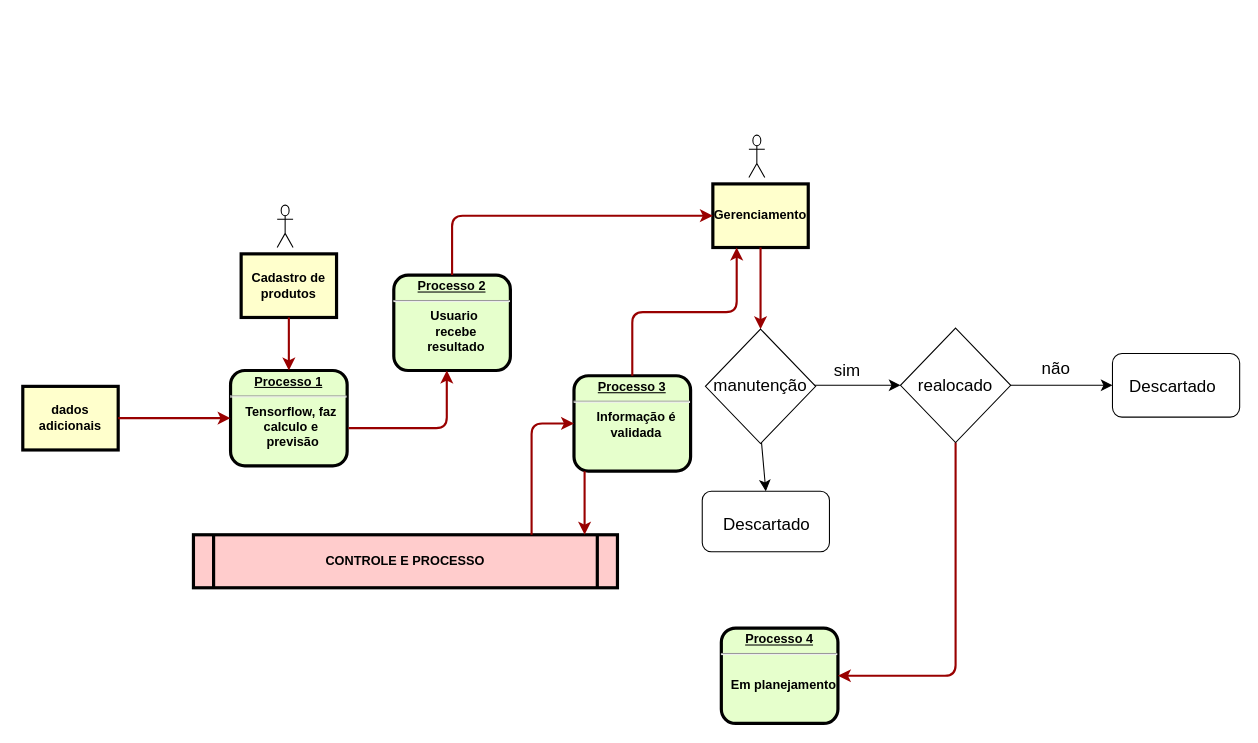
Above: resources/engenharia_software.drawio in VitorCostaTI/LingoBack (draw.io), before the change. Source tidied: cells renumbered, new cells numbered last; positions are measured from the earlier drawing's top-left corner, leaving out a move shared by most shapes. Both pictures are drawn from the tidied source at 106%, with x=0, y=0 at pixel (22, 135).
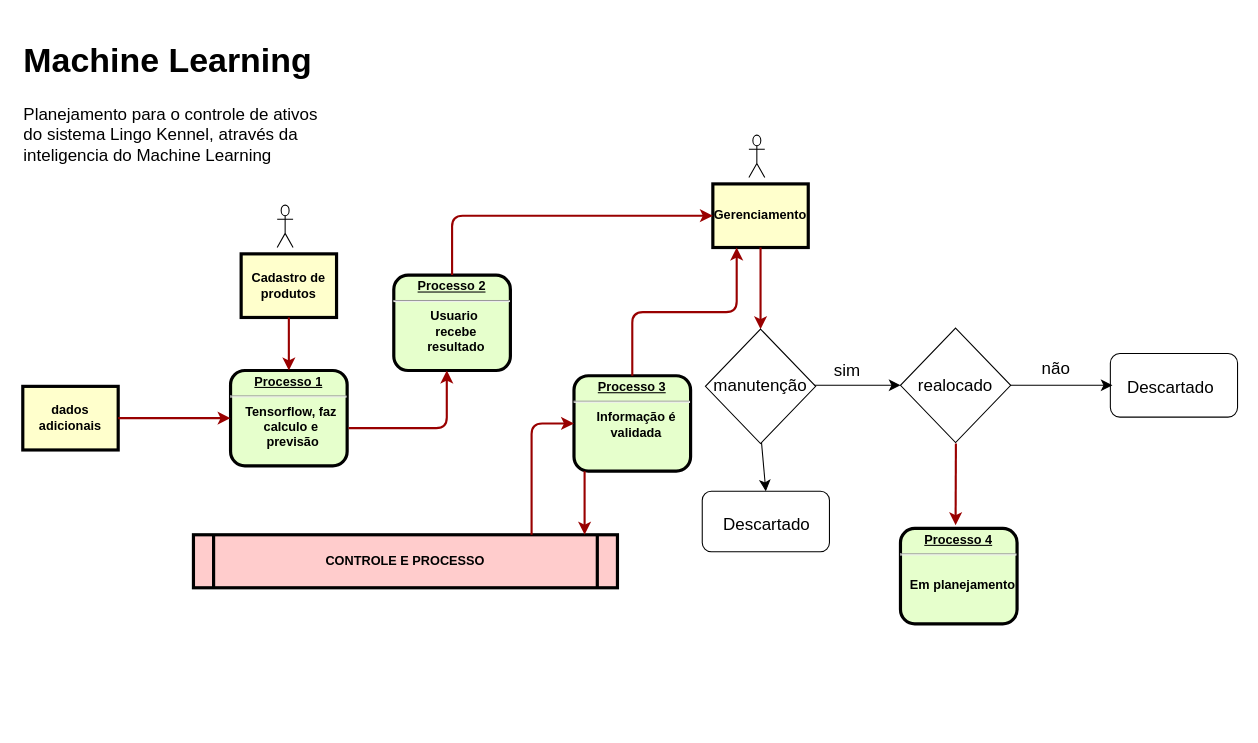
The same diagram, later.

The change refers to these unchanged cells:
```xml
<mxCell id="22" style="rhombus;whiteSpace=wrap;html=1;fontSize=16;" parent="1" vertex="1">
  <mxGeometry x="828" y="182" width="104" height="108" as="geometry" />
</mxCell>
```

The edit, as a diff of the source:
```diff
@@
     <mxCell id="7" value="&lt;p style=&quot;margin: 0px; margin-top: 4px; text-align: center; text-decoration: underline;&quot;&gt;&lt;strong&gt;&lt;strong&gt;Processo 4&lt;/strong&gt;&lt;br&gt;&lt;/strong&gt;&lt;/p&gt;&lt;hr&gt;&lt;p style=&quot;margin: 0px; margin-left: 8px;&quot;&gt;&lt;br&gt;&lt;/p&gt;&lt;p style=&quot;margin: 0px; margin-left: 8px;&quot;&gt;Em planejamento&lt;/p&gt;" style="verticalAlign=middle;align=center;overflow=fill;fontSize=12;fontFamily=Helvetica;html=1;rounded=1;fontStyle=1;strokeWidth=3;fillColor=#E6FFCC;" parent="1" vertex="1">
-      <mxGeometry x="659" y="465" width="110" height="90" as="geometry" />
+      <mxGeometry x="828" y="371" width="110" height="90" as="geometry" />
     </mxCell>
@@
-    <mxCell id="15" style="edgeStyle=elbowEdgeStyle;elbow=horizontal;strokeColor=#990000;strokeWidth=2;entryX=1;entryY=0.5;entryDx=0;entryDy=0;exitX=0.5;exitY=1;exitDx=0;exitDy=0;" parent="1" edge="1" source="22" target="7">
-      <mxGeometry relative="1" as="geometry">
-        <Array as="points">
-          <mxPoint x="880" y="376" />
-        </Array>
-      </mxGeometry>
-    </mxCell>
@@
     <mxCell id="28" style="rounded=1;whiteSpace=wrap;html=1;fontSize=16;" parent="1" vertex="1">
-      <mxGeometry x="1028" y="206" width="120" height="60" as="geometry" />
+      <mxGeometry x="1026" y="206" width="120" height="60" as="geometry" />
     </mxCell>
     <mxCell id="29" value="Descartado" style="text;html=1;strokeColor=none;fillColor=none;align=center;verticalAlign=middle;whiteSpace=wrap;rounded=0;fontSize=16;" parent="1" vertex="1">
-      <mxGeometry x="1055" y="222" width="60" height="30" as="geometry" />
+      <mxGeometry x="1053" y="223" width="60" height="30" as="geometry" />
     </mxCell>
-    <mxCell id="30" style="endArrow=classic;html=1;rounded=0;fontSize=12;startSize=8;endSize=8;curved=1;exitX=1;exitY=0.5;exitDx=0;exitDy=0;entryX=0;entryY=0.5;entryDx=0;entryDy=0;" parent="1" edge="1" source="22" target="28">
-      <mxGeometry relative="1" as="geometry" />
+    <mxCell id="30" style="endArrow=classic;html=1;rounded=0;fontSize=12;startSize=8;endSize=8;curved=1;exitX=1;exitY=0.5;exitDx=0;exitDy=0;entryX=0;entryY=0.5;entryDx=0;entryDy=0;" parent="1" edge="1" source="22">
+      <mxGeometry relative="1" as="geometry">
+        <mxPoint x="1028" y="236" as="targetPoint" />
+      </mxGeometry>
     </mxCell>
@@
+    <mxCell id="34" value="&lt;h1&gt;Machine Learning&lt;/h1&gt;&lt;p&gt;Planejamento para o controle de ativos do sistema Lingo Kennel, através da inteligencia do Machine Learning&lt;/p&gt;" style="text;html=1;strokeColor=none;fillColor=none;spacing=5;spacingTop=-20;whiteSpace=wrap;overflow=hidden;rounded=0;fontSize=16;" parent="1" vertex="1">
+      <mxGeometry x="-4" y="-100" width="290" height="200" as="geometry" />
+    </mxCell>
+    <mxCell id="35" style="edgeStyle=elbowEdgeStyle;elbow=horizontal;strokeColor=#990000;strokeWidth=2;entryX=0.5;entryY=0;entryDx=0;entryDy=0;exitX=0.5;exitY=1;exitDx=0;exitDy=0;" parent="1" edge="1">
+      <mxGeometry relative="1" as="geometry">
+        <mxPoint x="880.3" y="291" as="sourcePoint" />
+        <mxPoint x="880.3" y="368" as="targetPoint" />
+      </mxGeometry>
+    </mxCell>
```
